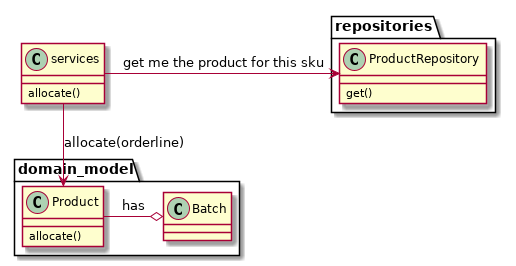
The PlantUML diagram images/after_aggregates_diagram.png in cosmicpython/book, before a commit. Source of this version:
```plantuml
@startuml

class services {
    allocate()
}


package domain_model {

  class Product {
    allocate()
  }

  class Batch {
  }
}


package repositories {

  class ProductRepository {
    get()
  }

}

services -> ProductRepository: get me the product for this sku
services --> Product: allocate(orderline)
Product -o Batch: has

@enduml
```
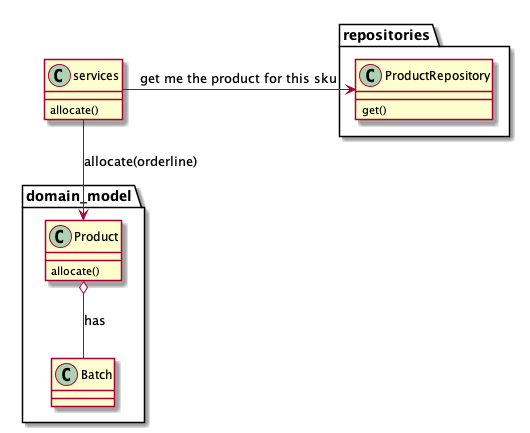
After the change.

Commit message:
fix UML aggregation symbol in diagram ch 6

What changed in the source:
```diff
@@ -26,6 +26,6 @@
 
 services -> ProductRepository: get me the product for this sku
 services --> Product: allocate(orderline)
-Product -o Batch: has
+Product o-- Batch: has
 
 @enduml
```
